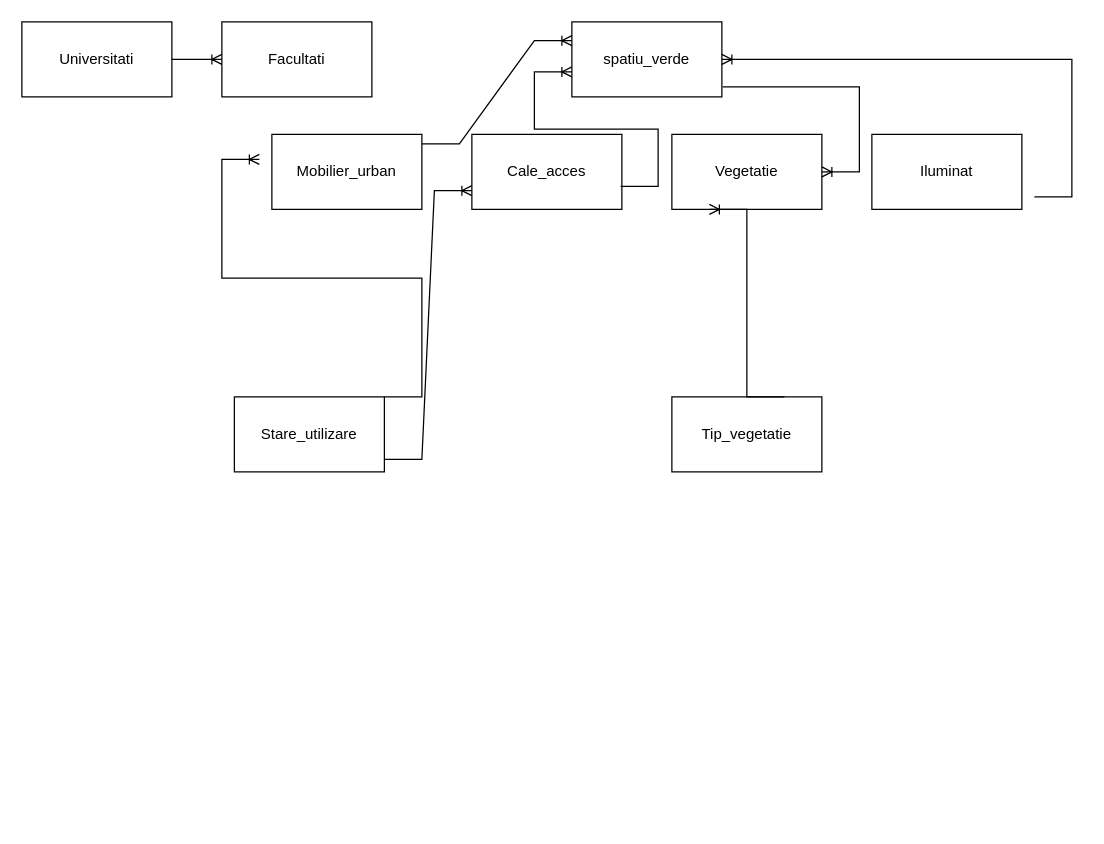
Above: Diagramă fără titlu.drawio in AlexGorauvt/examen-sem-1 (draw.io), before the change. Source tidied: cells renumbered, new cells numbered last; positions are measured from the earlier drawing's top-left corner, leaving out a move shared by most shapes. Both pictures are drawn from the tidied source at 125%, with x=0, y=0 at pixel (-415, 21).
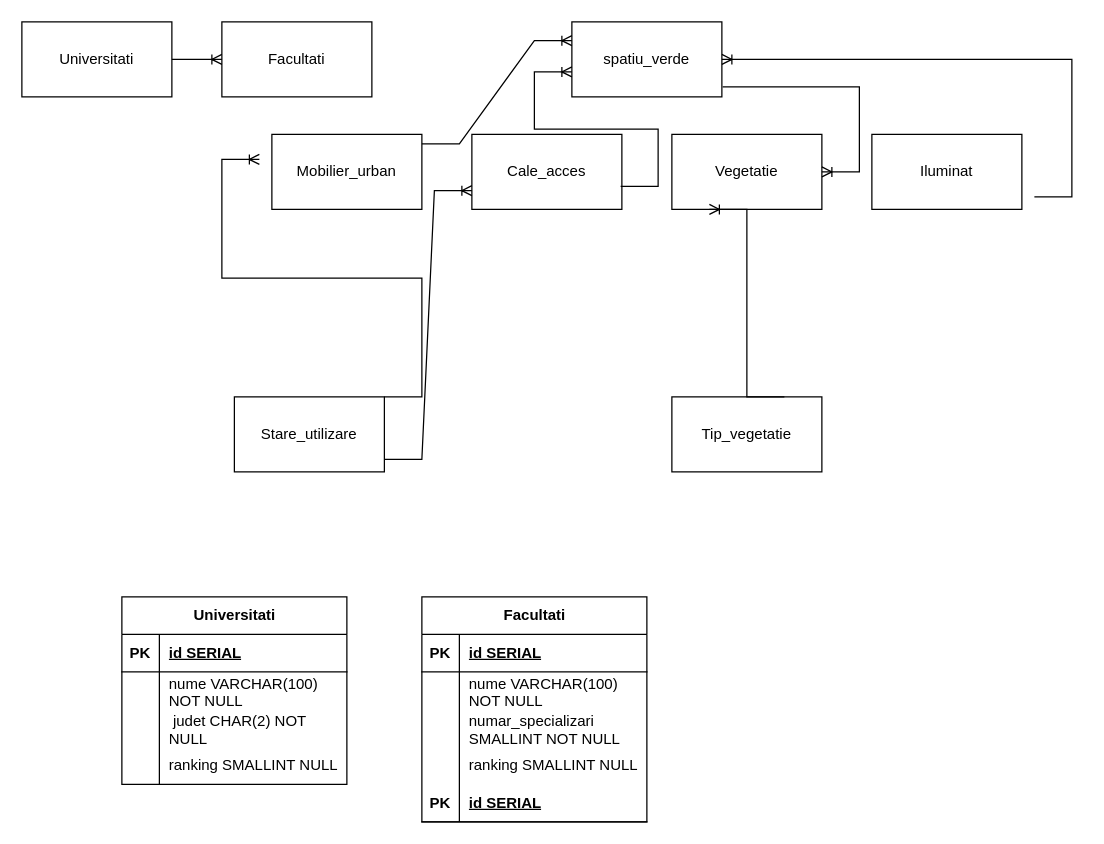
After the change.

Commit message:
Actualizare Diagramă 23.11

Change to the diagram source:
```diff
@@
+    <mxCell id="19" value="Universitati" style="shape=table;startSize=30;childLayout=tableLayout;rowLines=0;fontStyle=1;align=center;html=1;" parent="1" vertex="1">
+      <mxGeometry x="429" y="460" width="180" height="150" as="geometry" />
+    </mxCell>
+    <mxCell id="20" style="shape=tableRow;horizontal=0;startSize=0;swimlaneHead=0;swimlaneBody=0;fillColor=none;top=0;left=0;right=0;bottom=1;" parent="19" vertex="1">
+      <mxGeometry y="30" width="180" height="30" as="geometry" />
+    </mxCell>
+    <mxCell id="21" value="PK" style="shape=partialRectangle;fillColor=none;top=0;left=0;bottom=0;right=0;fontStyle=1;overflow=hidden;whiteSpace=wrap;html=1;" parent="20" vertex="1">
+      <mxGeometry width="30" height="30" as="geometry" />
+    </mxCell>
+    <mxCell id="22" value="id SERIAL" style="shape=partialRectangle;fillColor=none;top=0;left=0;bottom=0;right=0;align=left;spacingLeft=6;fontStyle=5;overflow=hidden;whiteSpace=wrap;html=1;" parent="20" vertex="1">
+      <mxGeometry x="30" width="150" height="30" as="geometry" />
+    </mxCell>
+    <mxCell id="23" style="shape=tableRow;horizontal=0;startSize=0;swimlaneHead=0;swimlaneBody=0;fillColor=none;top=0;left=0;right=0;bottom=0;" parent="19" vertex="1">
+      <mxGeometry y="60" width="180" height="30" as="geometry" />
+    </mxCell>
+    <mxCell id="24" style="shape=partialRectangle;fillColor=none;top=0;left=0;bottom=0;right=0;overflow=hidden;whiteSpace=wrap;html=1;" parent="23" vertex="1">
+      <mxGeometry width="30" height="30" as="geometry" />
+    </mxCell>
+    <mxCell id="25" value="nume VARCHAR(100) NOT NULL" style="shape=partialRectangle;fillColor=none;top=0;left=0;bottom=0;right=0;align=left;spacingLeft=6;overflow=hidden;whiteSpace=wrap;html=1;" parent="23" vertex="1">
+      <mxGeometry x="30" width="150" height="30" as="geometry" />
+    </mxCell>
+    <mxCell id="26" style="shape=tableRow;horizontal=0;startSize=0;swimlaneHead=0;swimlaneBody=0;fillColor=none;top=0;left=0;right=0;bottom=0;" parent="19" vertex="1">
+      <mxGeometry y="90" width="180" height="30" as="geometry" />
+    </mxCell>
+    <mxCell id="27" style="shape=partialRectangle;fillColor=none;top=0;left=0;bottom=0;right=0;overflow=hidden;whiteSpace=wrap;html=1;" parent="26" vertex="1">
+      <mxGeometry width="30" height="30" as="geometry" />
+    </mxCell>
+    <mxCell id="28" value="&amp;nbsp;judet CHAR(2) NOT NULL" style="shape=partialRectangle;fillColor=none;top=0;left=0;bottom=0;right=0;align=left;spacingLeft=6;overflow=hidden;whiteSpace=wrap;html=1;" parent="26" vertex="1">
+      <mxGeometry x="30" width="150" height="30" as="geometry" />
+    </mxCell>
+    <mxCell id="29" style="shape=tableRow;horizontal=0;startSize=0;swimlaneHead=0;swimlaneBody=0;fillColor=none;top=0;left=0;right=0;bottom=0;" parent="19" vertex="1">
+      <mxGeometry y="120" width="180" height="30" as="geometry" />
+    </mxCell>
+    <mxCell id="30" style="shape=partialRectangle;fillColor=none;top=0;left=0;bottom=0;right=0;overflow=hidden;whiteSpace=wrap;html=1;" parent="29" vertex="1">
+      <mxGeometry width="30" height="30" as="geometry" />
+    </mxCell>
+    <mxCell id="31" value="ranking SMALLINT NULL" style="shape=partialRectangle;fillColor=none;top=0;left=0;bottom=0;right=0;align=left;spacingLeft=6;overflow=hidden;whiteSpace=wrap;html=1;" parent="29" vertex="1">
+      <mxGeometry x="30" width="150" height="30" as="geometry" />
+    </mxCell>
+    <mxCell id="32" value="Facultati" style="shape=table;startSize=30;childLayout=tableLayout;rowLines=0;fontStyle=1;align=center;html=1;" parent="1" vertex="1">
+      <mxGeometry x="669" y="460" width="180" height="180" as="geometry" />
+    </mxCell>
+    <mxCell id="33" style="shape=tableRow;horizontal=0;startSize=0;swimlaneHead=0;swimlaneBody=0;fillColor=none;top=0;left=0;right=0;bottom=1;" parent="32" vertex="1">
+      <mxGeometry y="30" width="180" height="30" as="geometry" />
+    </mxCell>
+    <mxCell id="34" value="PK" style="shape=partialRectangle;fillColor=none;top=0;left=0;bottom=0;right=0;fontStyle=1;overflow=hidden;whiteSpace=wrap;html=1;" parent="33" vertex="1">
+      <mxGeometry width="30" height="30" as="geometry" />
+    </mxCell>
+    <mxCell id="35" value="id SERIAL" style="shape=partialRectangle;fillColor=none;top=0;left=0;bottom=0;right=0;align=left;spacingLeft=6;fontStyle=5;overflow=hidden;whiteSpace=wrap;html=1;" parent="33" vertex="1">
+      <mxGeometry x="30" width="150" height="30" as="geometry" />
+    </mxCell>
+    <mxCell id="36" style="shape=tableRow;horizontal=0;startSize=0;swimlaneHead=0;swimlaneBody=0;fillColor=none;top=0;left=0;right=0;bottom=0;" parent="32" vertex="1">
+      <mxGeometry y="60" width="180" height="30" as="geometry" />
+    </mxCell>
+    <mxCell id="37" style="shape=partialRectangle;fillColor=none;top=0;left=0;bottom=0;right=0;overflow=hidden;whiteSpace=wrap;html=1;" parent="36" vertex="1">
+      <mxGeometry width="30" height="30" as="geometry" />
+    </mxCell>
+    <mxCell id="38" value="nume VARCHAR(100) NOT NULL" style="shape=partialRectangle;fillColor=none;top=0;left=0;bottom=0;right=0;align=left;spacingLeft=6;overflow=hidden;whiteSpace=wrap;html=1;" parent="36" vertex="1">
+      <mxGeometry x="30" width="150" height="30" as="geometry" />
+    </mxCell>
+    <mxCell id="39" style="shape=tableRow;horizontal=0;startSize=0;swimlaneHead=0;swimlaneBody=0;fillColor=none;top=0;left=0;right=0;bottom=0;" parent="32" vertex="1">
+      <mxGeometry y="90" width="180" height="30" as="geometry" />
+    </mxCell>
+    <mxCell id="40" style="shape=partialRectangle;fillColor=none;top=0;left=0;bottom=0;right=0;overflow=hidden;whiteSpace=wrap;html=1;" parent="39" vertex="1">
+      <mxGeometry width="30" height="30" as="geometry" />
+    </mxCell>
+    <mxCell id="41" value="numar_specializari SMALLINT NOT NULL" style="shape=partialRectangle;fillColor=none;top=0;left=0;bottom=0;right=0;align=left;spacingLeft=6;overflow=hidden;whiteSpace=wrap;html=1;" parent="39" vertex="1">
+      <mxGeometry x="30" width="150" height="30" as="geometry" />
+    </mxCell>
+    <mxCell id="42" style="shape=tableRow;horizontal=0;startSize=0;swimlaneHead=0;swimlaneBody=0;fillColor=none;top=0;left=0;right=0;bottom=0;" parent="32" vertex="1">
+      <mxGeometry y="120" width="180" height="30" as="geometry" />
+    </mxCell>
+    <mxCell id="43" style="shape=partialRectangle;fillColor=none;top=0;left=0;bottom=0;right=0;overflow=hidden;whiteSpace=wrap;html=1;" parent="42" vertex="1">
+      <mxGeometry width="30" height="30" as="geometry" />
+    </mxCell>
+    <mxCell id="44" value="ranking SMALLINT NULL" style="shape=partialRectangle;fillColor=none;top=0;left=0;bottom=0;right=0;align=left;spacingLeft=6;overflow=hidden;whiteSpace=wrap;html=1;" parent="42" vertex="1">
+      <mxGeometry x="30" width="150" height="30" as="geometry" />
+    </mxCell>
+    <mxCell id="45" style="shape=tableRow;horizontal=0;startSize=0;swimlaneHead=0;swimlaneBody=0;fillColor=none;top=0;left=0;right=0;bottom=1;" parent="32" vertex="1">
+      <mxGeometry y="150" width="180" height="30" as="geometry" />
+    </mxCell>
+    <mxCell id="46" value="PK" style="shape=partialRectangle;fillColor=none;top=0;left=0;bottom=0;right=0;fontStyle=1;overflow=hidden;whiteSpace=wrap;html=1;" parent="45" vertex="1">
+      <mxGeometry width="30" height="30" as="geometry" />
+    </mxCell>
+    <mxCell id="47" value="id SERIAL" style="shape=partialRectangle;fillColor=none;top=0;left=0;bottom=0;right=0;align=left;spacingLeft=6;fontStyle=5;overflow=hidden;whiteSpace=wrap;html=1;" parent="45" vertex="1">
+      <mxGeometry x="30" width="150" height="30" as="geometry" />
+    </mxCell>
```
